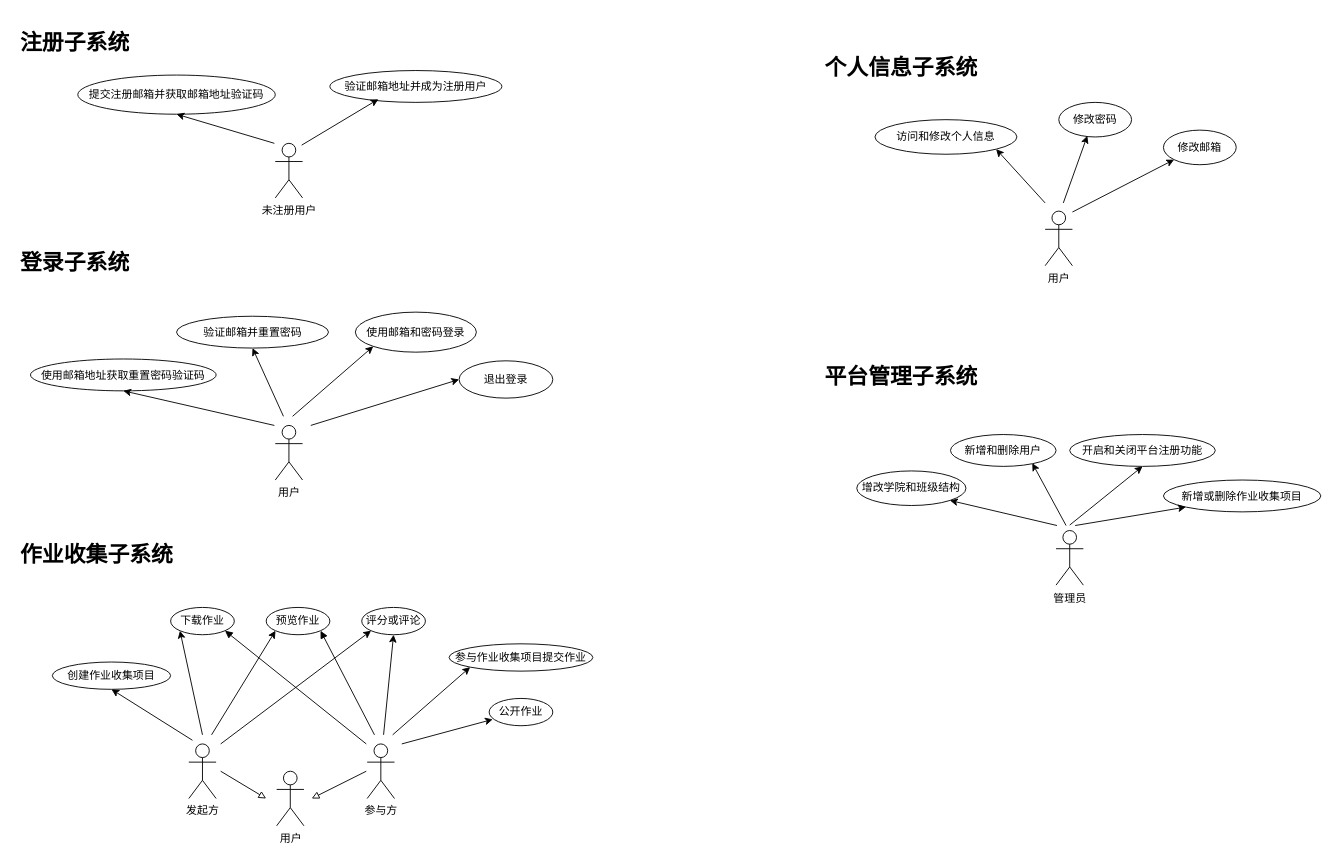
Above: page "用例图" (2 of 5) of 需求分析文档/UML图.drawio in super-dash/paperstack-design (draw.io), before the change. Source tidied: cells renumbered, new cells numbered last; positions are measured from the earlier drawing's top-left corner, leaving out a move shared by most shapes. Both pictures are drawn from the tidied source at 91%, with x=0, y=0 at pixel (15, 25).
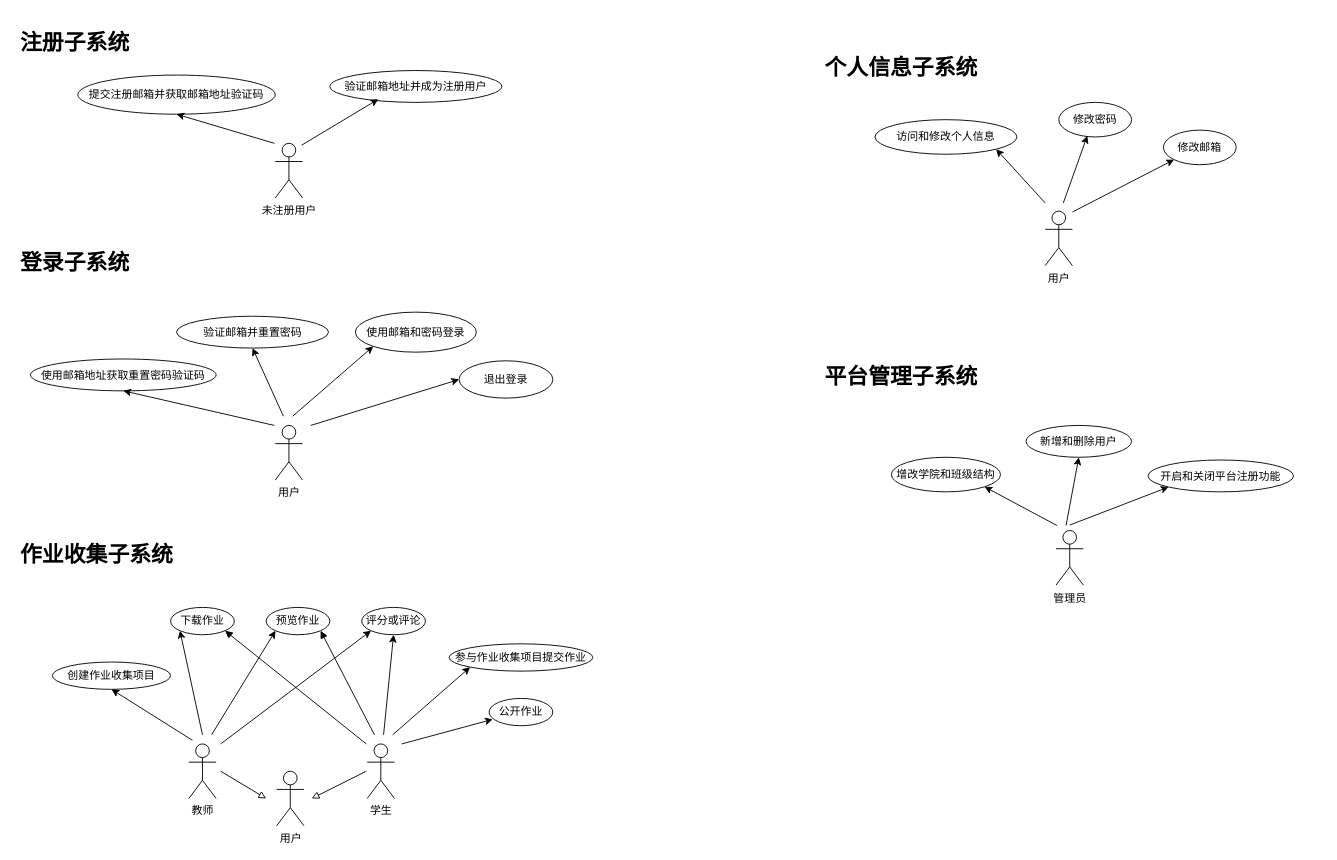
The same diagram, later.

The edit, as a diff of the source:
```diff
@@
-    <mxCell id="2" style="rounded=0;jettySize=auto;html=1;entryX=0.5;entryY=1;entryDx=0;entryDy=0;" parent="1" edge="1" target="6">
+    <mxCell id="2" style="rounded=0;jettySize=auto;html=1;entryX=0;entryY=1;entryDx=0;entryDy=0;" parent="1" edge="1" target="6">
       <mxGeometry relative="1" as="geometry">
         <mxPoint x="1158" y="549.5" as="sourcePoint" />
       </mxGeometry>
     </mxCell>
@@
     <mxCell id="4" value="新增和删除用户" style="ellipse;whiteSpace=wrap;html=1;" parent="1" vertex="1">
-      <mxGeometry x="1027" y="450" width="116" height="35" as="geometry" />
+      <mxGeometry x="1110" y="440" width="116" height="35" as="geometry" />
     </mxCell>
-    <mxCell id="5" style="endArrow=classic;html=1;entryX=0.775;entryY=0.9;entryDx=0;entryDy=0;entryPerimeter=0;" parent="1" edge="1" target="4">
+    <mxCell id="5" style="endArrow=classic;html=1;entryX=0.5;entryY=1;entryDx=0;entryDy=0;" parent="1" edge="1" target="4">
       <mxGeometry relative="1" as="geometry">
         <mxPoint x="1154" y="550" as="sourcePoint" />
       </mxGeometry>
     </mxCell>
     <mxCell id="6" value="开启和关闭平台注册功能" style="ellipse;whiteSpace=wrap;html=1;" parent="1" vertex="1">
-      <mxGeometry x="1158" y="450" width="160" height="35" as="geometry" />
+      <mxGeometry x="1244" y="478" width="160" height="35" as="geometry" />
     </mxCell>
-    <mxCell id="7" value="新增或删除作业收集项目" style="ellipse;whiteSpace=wrap;html=1;" parent="1" vertex="1">
-      <mxGeometry x="1261" y="500" width="173" height="35" as="geometry" />
-    </mxCell>
-    <mxCell id="8" style="endArrow=classic;html=1;entryX=0;entryY=1;entryDx=0;entryDy=0;" parent="1" edge="1" target="7">
-      <mxGeometry relative="1" as="geometry">
-        <mxPoint x="1164" y="550" as="sourcePoint" />
-      </mxGeometry>
-    </mxCell>
@@
-    <mxCell id="22" value="发起方" style="shape=umlActor;verticalLabelPosition=bottom;labelBackgroundColor=#ffffff;verticalAlign=top;html=1;" parent="1" vertex="1">
+    <mxCell id="22" value="教师" style="shape=umlActor;verticalLabelPosition=bottom;labelBackgroundColor=#ffffff;verticalAlign=top;html=1;" parent="1" vertex="1">
       <mxGeometry x="190" y="790" width="30" height="60" as="geometry" />
     </mxCell>
@@
-    <mxCell id="26" value="参与方" style="shape=umlActor;verticalLabelPosition=bottom;labelBackgroundColor=#ffffff;verticalAlign=top;html=1;" parent="1" vertex="1">
+    <mxCell id="26" value="学生" style="shape=umlActor;verticalLabelPosition=bottom;labelBackgroundColor=#ffffff;verticalAlign=top;html=1;" parent="1" vertex="1">
       <mxGeometry x="386" y="790" width="30" height="60" as="geometry" />
     </mxCell>
@@
     <mxCell id="49" value="增改学院和班级结构" style="ellipse;whiteSpace=wrap;html=1;" parent="1" vertex="1">
-      <mxGeometry x="924" y="490" width="120" height="38" as="geometry" />
+      <mxGeometry x="962" y="475" width="120" height="38" as="geometry" />
     </mxCell>
```
